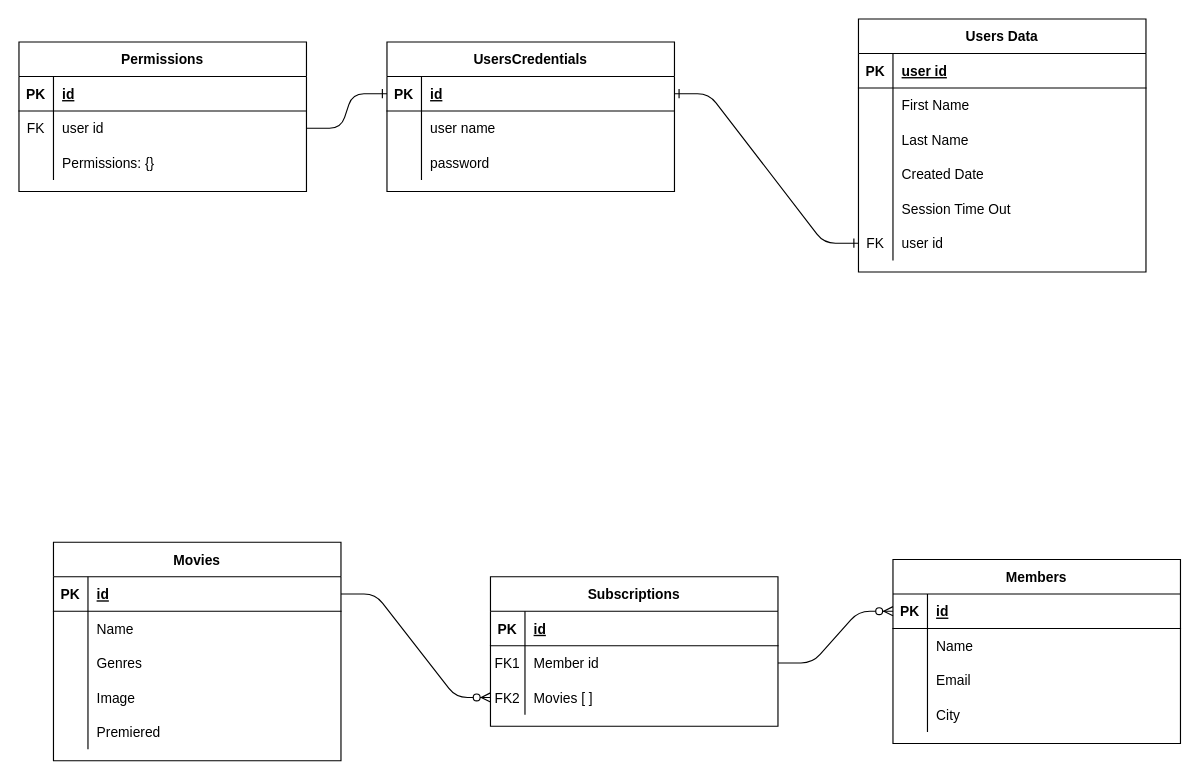
Earlier version of the draw.io diagram page "Overall BD" (1 of 2) of Docs/node-final.drawio (natank/diagrams). Source tidied: cells renumbered, new cells numbered last; positions are measured from the earlier drawing's top-left corner, leaving out a move shared by most shapes. Both pictures are drawn from the tidied source at 115%, with x=0, y=0 at pixel (18, 18).
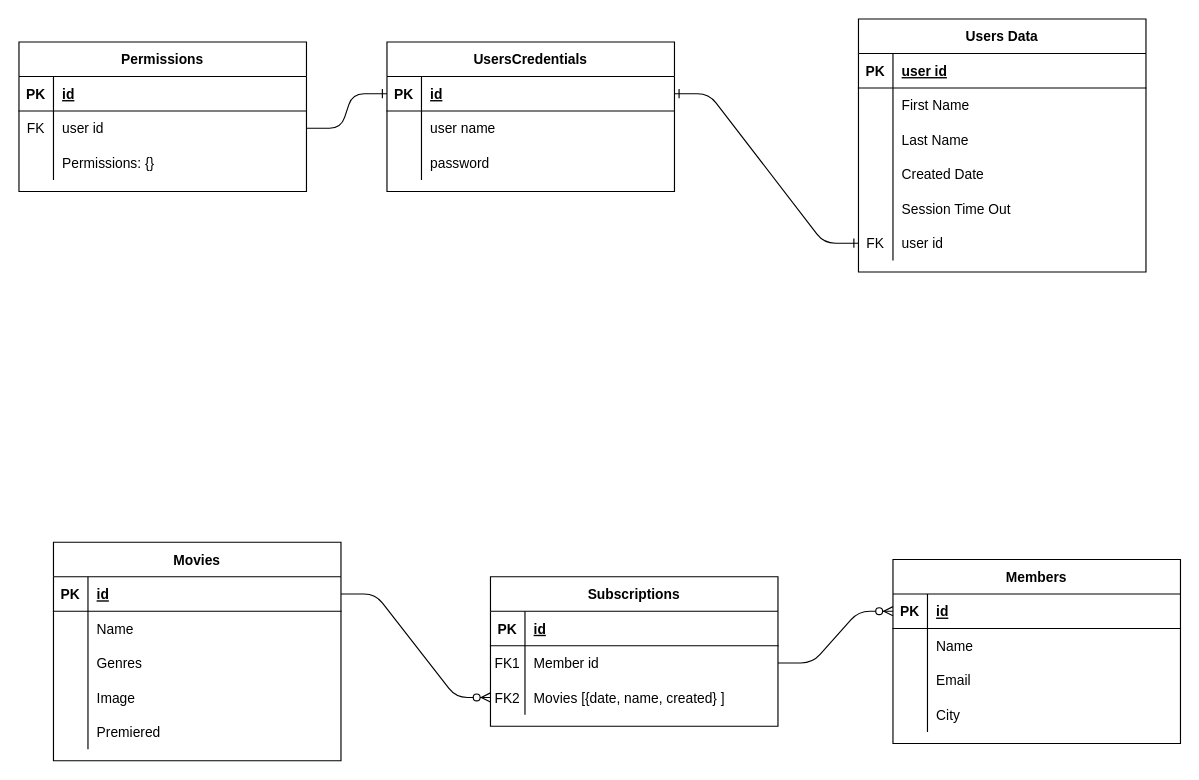
After the change.

The change refers to these unchanged cells:
```xml
<mxCell id="20" style="shape=partialRectangle;fillColor=none;points=[[0,0.5],[1,0.5]];portConstraint=eastwest;top=0;left=0;right=0;bottom=0;" parent="13" vertex="1">
  <mxGeometry y="90" width="250" height="30" as="geometry" />
</mxCell>
```

The edit, as a diff of the source:
```diff
@@
-    <mxCell id="22" value="Movies [ ]" style="shape=partialRectangle;overflow=hidden;fillColor=none;top=0;left=0;bottom=0;right=0;align=left;spacingLeft=6;" parent="20" vertex="1">
+    <mxCell id="22" value="Movies [{date, name, created} ]" style="shape=partialRectangle;overflow=hidden;fillColor=none;top=0;left=0;bottom=0;right=0;align=left;spacingLeft=6;" parent="20" vertex="1">
       <mxGeometry x="30" width="220" height="30" as="geometry" />
     </mxCell>
```
